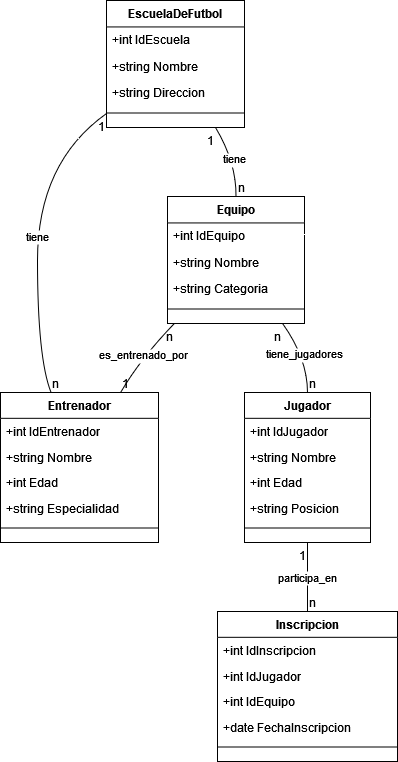
Before: Diagrama sin título.drawio.png, a diagram exported from draw.io (Chachaneitor/TwenttySoft). Source tidied: cells renumbered, new cells last; positions are measured from the earlier drawing's top-left corner, leaving out a move shared by most shapes. Source of this version:
```xml
<mxGraphModel>
  <root>
    <mxCell id="0" />
    <mxCell id="1" parent="0" />
    <mxCell id="2" value="EscuelaDeFutbol" style="swimlane;fontStyle=1;align=center;verticalAlign=top;horizontal=1;startSize=26.444444444444443;" parent="1" vertex="1">
      <mxGeometry x="106" width="138" height="127" as="geometry" />
    </mxCell>
    <mxCell id="3" value="+int IdEscuela" style="text;strokeColor=none;fillColor=none;align=left;verticalAlign=top;spacingLeft=4;spacingRight=4;overflow=hidden;" parent="2" vertex="1">
      <mxGeometry y="26" width="138" height="26" as="geometry" />
    </mxCell>
    <mxCell id="4" value="+string Nombre" style="text;strokeColor=none;fillColor=none;align=left;verticalAlign=top;spacingLeft=4;spacingRight=4;overflow=hidden;" parent="2" vertex="1">
      <mxGeometry y="53" width="138" height="26" as="geometry" />
    </mxCell>
    <mxCell id="5" value="+string Direccion" style="text;strokeColor=none;fillColor=none;align=left;verticalAlign=top;spacingLeft=4;spacingRight=4;overflow=hidden;" parent="2" vertex="1">
      <mxGeometry y="79" width="138" height="26" as="geometry" />
    </mxCell>
    <mxCell id="6" style="line;strokeWidth=1;fillColor=none;align=left;verticalAlign=middle;spacingTop=-1;spacingLeft=3;spacingRight=3;labelPosition=right;strokeColor=inherit;" parent="2" vertex="1">
      <mxGeometry y="106" width="138" height="13" as="geometry" />
    </mxCell>
    <mxCell id="7" value="Entrenador" style="swimlane;fontStyle=1;align=center;verticalAlign=top;horizontal=1;startSize=25.818181818181817;" parent="1" vertex="1">
      <mxGeometry y="392" width="158" height="150" as="geometry" />
    </mxCell>
    <mxCell id="8" value="+int IdEntrenador" style="text;strokeColor=none;fillColor=none;align=left;verticalAlign=top;spacingLeft=4;spacingRight=4;overflow=hidden;" parent="7" vertex="1">
      <mxGeometry y="26" width="158" height="26" as="geometry" />
    </mxCell>
    <mxCell id="9" value="+string Nombre" style="text;strokeColor=none;fillColor=none;align=left;verticalAlign=top;spacingLeft=4;spacingRight=4;overflow=hidden;" parent="7" vertex="1">
      <mxGeometry y="52" width="158" height="26" as="geometry" />
    </mxCell>
    <mxCell id="10" value="+int Edad" style="text;strokeColor=none;fillColor=none;align=left;verticalAlign=top;spacingLeft=4;spacingRight=4;overflow=hidden;" parent="7" vertex="1">
      <mxGeometry y="77" width="158" height="26" as="geometry" />
    </mxCell>
    <mxCell id="11" value="+string Especialidad" style="text;strokeColor=none;fillColor=none;align=left;verticalAlign=top;spacingLeft=4;spacingRight=4;overflow=hidden;" parent="7" vertex="1">
      <mxGeometry y="103" width="158" height="26" as="geometry" />
    </mxCell>
    <mxCell id="12" style="line;strokeWidth=1;fillColor=none;align=left;verticalAlign=middle;spacingTop=-1;spacingLeft=3;spacingRight=3;labelPosition=right;strokeColor=inherit;" parent="7" vertex="1">
      <mxGeometry y="129" width="158" height="13" as="geometry" />
    </mxCell>
    <mxCell id="13" value="Jugador" style="swimlane;fontStyle=1;align=center;verticalAlign=top;horizontal=1;startSize=25.818181818181817;" parent="1" vertex="1">
      <mxGeometry x="244" y="392" width="126" height="150" as="geometry" />
    </mxCell>
    <mxCell id="14" value="+int IdJugador" style="text;strokeColor=none;fillColor=none;align=left;verticalAlign=top;spacingLeft=4;spacingRight=4;overflow=hidden;" parent="13" vertex="1">
      <mxGeometry y="26" width="126" height="26" as="geometry" />
    </mxCell>
    <mxCell id="15" value="+string Nombre" style="text;strokeColor=none;fillColor=none;align=left;verticalAlign=top;spacingLeft=4;spacingRight=4;overflow=hidden;" parent="13" vertex="1">
      <mxGeometry y="52" width="126" height="26" as="geometry" />
    </mxCell>
    <mxCell id="16" value="+int Edad" style="text;strokeColor=none;fillColor=none;align=left;verticalAlign=top;spacingLeft=4;spacingRight=4;overflow=hidden;" parent="13" vertex="1">
      <mxGeometry y="77" width="126" height="26" as="geometry" />
    </mxCell>
    <mxCell id="17" value="+string Posicion" style="text;strokeColor=none;fillColor=none;align=left;verticalAlign=top;spacingLeft=4;spacingRight=4;overflow=hidden;" parent="13" vertex="1">
      <mxGeometry y="103" width="126" height="26" as="geometry" />
    </mxCell>
    <mxCell id="18" style="line;strokeWidth=1;fillColor=none;align=left;verticalAlign=middle;spacingTop=-1;spacingLeft=3;spacingRight=3;labelPosition=right;strokeColor=inherit;" parent="13" vertex="1">
      <mxGeometry y="129" width="126" height="13" as="geometry" />
    </mxCell>
    <mxCell id="19" value="Equipo" style="swimlane;fontStyle=1;align=center;verticalAlign=top;horizontal=1;startSize=26.444444444444443;" parent="1" vertex="1">
      <mxGeometry x="167" y="196" width="137" height="127" as="geometry" />
    </mxCell>
    <mxCell id="20" value="+int IdEquipo" style="text;strokeColor=none;fillColor=none;align=left;verticalAlign=top;spacingLeft=4;spacingRight=4;overflow=hidden;" parent="19" vertex="1">
      <mxGeometry y="26" width="137" height="26" as="geometry" />
    </mxCell>
    <mxCell id="21" value="+string Nombre" style="text;strokeColor=none;fillColor=none;align=left;verticalAlign=top;spacingLeft=4;spacingRight=4;overflow=hidden;" parent="19" vertex="1">
      <mxGeometry y="53" width="137" height="26" as="geometry" />
    </mxCell>
    <mxCell id="22" value="+string Categoria" style="text;strokeColor=none;fillColor=none;align=left;verticalAlign=top;spacingLeft=4;spacingRight=4;overflow=hidden;" parent="19" vertex="1">
      <mxGeometry y="79" width="137" height="26" as="geometry" />
    </mxCell>
    <mxCell id="23" style="line;strokeWidth=1;fillColor=none;align=left;verticalAlign=middle;spacingTop=-1;spacingLeft=3;spacingRight=3;labelPosition=right;strokeColor=inherit;" parent="19" vertex="1">
      <mxGeometry y="106" width="137" height="13" as="geometry" />
    </mxCell>
    <mxCell id="24" value="Inscripcion" style="swimlane;fontStyle=1;align=center;verticalAlign=top;horizontal=1;startSize=25.818181818181817;" parent="1" vertex="1">
      <mxGeometry x="217" y="611" width="180" height="150" as="geometry" />
    </mxCell>
    <mxCell id="25" value="+int IdInscripcion" style="text;strokeColor=none;fillColor=none;align=left;verticalAlign=top;spacingLeft=4;spacingRight=4;overflow=hidden;" parent="24" vertex="1">
      <mxGeometry y="26" width="180" height="26" as="geometry" />
    </mxCell>
    <mxCell id="26" value="+int IdJugador" style="text;strokeColor=none;fillColor=none;align=left;verticalAlign=top;spacingLeft=4;spacingRight=4;overflow=hidden;" parent="24" vertex="1">
      <mxGeometry y="52" width="180" height="26" as="geometry" />
    </mxCell>
    <mxCell id="27" value="+int IdEquipo" style="text;strokeColor=none;fillColor=none;align=left;verticalAlign=top;spacingLeft=4;spacingRight=4;overflow=hidden;" parent="24" vertex="1">
      <mxGeometry y="77" width="180" height="26" as="geometry" />
    </mxCell>
    <mxCell id="28" value="+date FechaInscripcion" style="text;strokeColor=none;fillColor=none;align=left;verticalAlign=top;spacingLeft=4;spacingRight=4;overflow=hidden;" parent="24" vertex="1">
      <mxGeometry y="103" width="180" height="26" as="geometry" />
    </mxCell>
    <mxCell id="29" style="line;strokeWidth=1;fillColor=none;align=left;verticalAlign=middle;spacingTop=-1;spacingLeft=3;spacingRight=3;labelPosition=right;strokeColor=inherit;" parent="24" vertex="1">
      <mxGeometry y="129" width="180" height="13" as="geometry" />
    </mxCell>
    <mxCell id="30" value="tiene" style="curved=1;startArrow=none;endArrow=none;exitX=0;exitY=0.89;entryX=0.32;entryY=0;" parent="1" edge="1" source="2" target="7">
      <mxGeometry relative="1" as="geometry">
        <Array as="points">
          <mxPoint x="37" y="162" />
          <mxPoint x="37" y="358" />
        </Array>
      </mxGeometry>
    </mxCell>
    <mxCell id="31" value="1" style="edgeLabel;labelBackgroundColor=none;fontSize=12;align=right;verticalAlign=top;" parent="30" vertex="1">
      <mxGeometry x="-1" relative="1" as="geometry" />
    </mxCell>
    <mxCell id="32" value="n" style="edgeLabel;labelBackgroundColor=none;fontSize=12;align=left;verticalAlign=bottom;" parent="30" vertex="1">
      <mxGeometry x="1" relative="1" as="geometry" />
    </mxCell>
    <mxCell id="33" value="tiene" style="curved=1;startArrow=none;endArrow=none;exitX=0.79;exitY=1;entryX=0.5;entryY=0;" parent="1" edge="1" source="2" target="19">
      <mxGeometry relative="1" as="geometry">
        <Array as="points">
          <mxPoint x="236" y="162" />
        </Array>
      </mxGeometry>
    </mxCell>
    <mxCell id="34" value="1" style="edgeLabel;labelBackgroundColor=none;fontSize=12;align=right;verticalAlign=top;" parent="33" vertex="1">
      <mxGeometry x="-1" relative="1" as="geometry" />
    </mxCell>
    <mxCell id="35" value="n" style="edgeLabel;labelBackgroundColor=none;fontSize=12;align=left;verticalAlign=bottom;" parent="33" vertex="1">
      <mxGeometry x="1" relative="1" as="geometry" />
    </mxCell>
    <mxCell id="36" value="es_entrenado_por" style="curved=1;startArrow=none;endArrow=none;exitX=0.05;exitY=1;entryX=0.76;entryY=0;" parent="1" edge="1" source="19" target="7">
      <mxGeometry relative="1" as="geometry">
        <Array as="points">
          <mxPoint x="140" y="358" />
        </Array>
      </mxGeometry>
    </mxCell>
    <mxCell id="37" value="n" style="edgeLabel;labelBackgroundColor=none;fontSize=12;align=right;verticalAlign=top;" parent="36" vertex="1">
      <mxGeometry x="-1" relative="1" as="geometry" />
    </mxCell>
    <mxCell id="38" value="1" style="edgeLabel;labelBackgroundColor=none;fontSize=12;align=left;verticalAlign=bottom;" parent="36" vertex="1">
      <mxGeometry x="1" relative="1" as="geometry" />
    </mxCell>
    <mxCell id="39" value="tiene_jugadores" style="curved=1;startArrow=none;endArrow=none;exitX=0.84;exitY=1;entryX=0.5;entryY=0;" parent="1" edge="1" source="19" target="13">
      <mxGeometry relative="1" as="geometry">
        <Array as="points">
          <mxPoint x="307" y="358" />
        </Array>
      </mxGeometry>
    </mxCell>
    <mxCell id="40" value="n" style="edgeLabel;labelBackgroundColor=none;fontSize=12;align=right;verticalAlign=top;" parent="39" vertex="1">
      <mxGeometry x="-1" relative="1" as="geometry" />
    </mxCell>
    <mxCell id="41" value="n" style="edgeLabel;labelBackgroundColor=none;fontSize=12;align=left;verticalAlign=bottom;" parent="39" vertex="1">
      <mxGeometry x="1" relative="1" as="geometry" />
    </mxCell>
    <mxCell id="42" value="participa_en" style="curved=1;startArrow=none;endArrow=none;exitX=0.5;exitY=1;entryX=0.5;entryY=0;" parent="1" edge="1" source="13" target="24">
      <mxGeometry relative="1" as="geometry" />
    </mxCell>
    <mxCell id="43" value="1" style="edgeLabel;labelBackgroundColor=none;fontSize=12;align=right;verticalAlign=top;" parent="42" vertex="1">
      <mxGeometry x="-1" relative="1" as="geometry" />
    </mxCell>
    <mxCell id="44" value="n" style="edgeLabel;labelBackgroundColor=none;fontSize=12;align=left;verticalAlign=bottom;" parent="42" vertex="1">
      <mxGeometry x="1" relative="1" as="geometry" />
    </mxCell>
  </root>
</mxGraphModel>
```
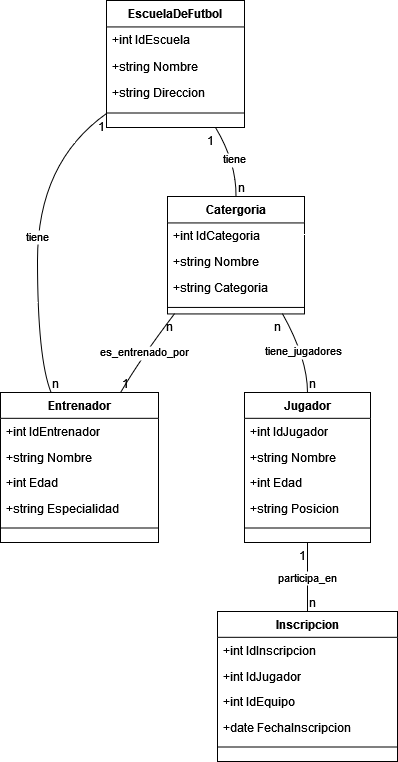
The same diagram one commit later.

The edit, as a diff of the source:
```diff
@@ -53,20 +53,20 @@
     <mxCell id="18" style="line;strokeWidth=1;fillColor=none;align=left;verticalAlign=middle;spacingTop=-1;spacingLeft=3;spacingRight=3;labelPosition=right;strokeColor=inherit;" parent="13" vertex="1">
       <mxGeometry y="129" width="126" height="13" as="geometry" />
     </mxCell>
-    <mxCell id="19" value="Equipo" style="swimlane;fontStyle=1;align=center;verticalAlign=top;horizontal=1;startSize=26.444444444444443;" parent="1" vertex="1">
-      <mxGeometry x="167" y="196" width="137" height="127" as="geometry" />
+    <mxCell id="19" value="Catergoria" style="swimlane;fontStyle=1;align=center;verticalAlign=top;horizontal=1;startSize=26.444444444444443;" parent="1" vertex="1">
+      <mxGeometry x="167" y="196" width="137" height="117.4" as="geometry" />
     </mxCell>
-    <mxCell id="20" value="+int IdEquipo" style="text;strokeColor=none;fillColor=none;align=left;verticalAlign=top;spacingLeft=4;spacingRight=4;overflow=hidden;" parent="19" vertex="1">
-      <mxGeometry y="26" width="137" height="26" as="geometry" />
+    <mxCell id="20" value="+int IdCategoria" style="text;strokeColor=none;fillColor=none;align=left;verticalAlign=top;spacingLeft=4;spacingRight=4;overflow=hidden;" parent="19" vertex="1">
+      <mxGeometry y="26.4" width="137" height="26" as="geometry" />
     </mxCell>
     <mxCell id="21" value="+string Nombre" style="text;strokeColor=none;fillColor=none;align=left;verticalAlign=top;spacingLeft=4;spacingRight=4;overflow=hidden;" parent="19" vertex="1">
-      <mxGeometry y="53" width="137" height="26" as="geometry" />
+      <mxGeometry y="52.4" width="137" height="26" as="geometry" />
     </mxCell>
     <mxCell id="22" value="+string Categoria" style="text;strokeColor=none;fillColor=none;align=left;verticalAlign=top;spacingLeft=4;spacingRight=4;overflow=hidden;" parent="19" vertex="1">
-      <mxGeometry y="79" width="137" height="26" as="geometry" />
+      <mxGeometry y="78.4" width="137" height="26" as="geometry" />
     </mxCell>
     <mxCell id="23" style="line;strokeWidth=1;fillColor=none;align=left;verticalAlign=middle;spacingTop=-1;spacingLeft=3;spacingRight=3;labelPosition=right;strokeColor=inherit;" parent="19" vertex="1">
-      <mxGeometry y="106" width="137" height="13" as="geometry" />
+      <mxGeometry y="104.4" width="137" height="13" as="geometry" />
     </mxCell>
     <mxCell id="24" value="Inscripcion" style="swimlane;fontStyle=1;align=center;verticalAlign=top;horizontal=1;startSize=25.818181818181817;" parent="1" vertex="1">
       <mxGeometry x="217" y="611" width="180" height="150" as="geometry" />
```
